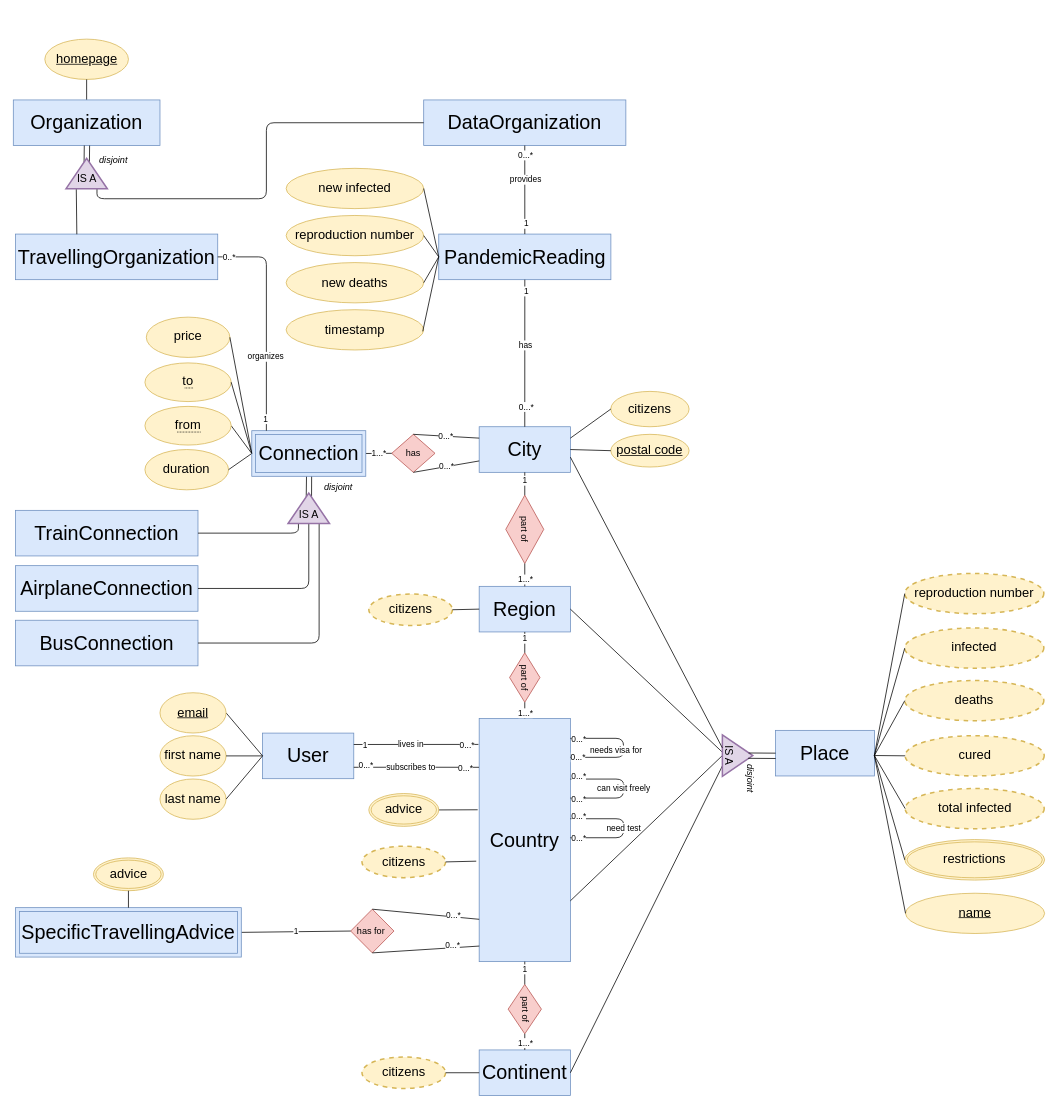
Before: documentation/OISdiagram.drawio in wulfdewolf/OpenInformationSystemsGroup1, a draw.io diagram. Source tidied: cells renumbered, new cells numbered last; positions are measured from the earlier drawing's top-left corner, leaving out a move shared by most shapes. Both pictures are drawn from the tidied source at 76%, with x=0, y=0 at pixel (13, 39).
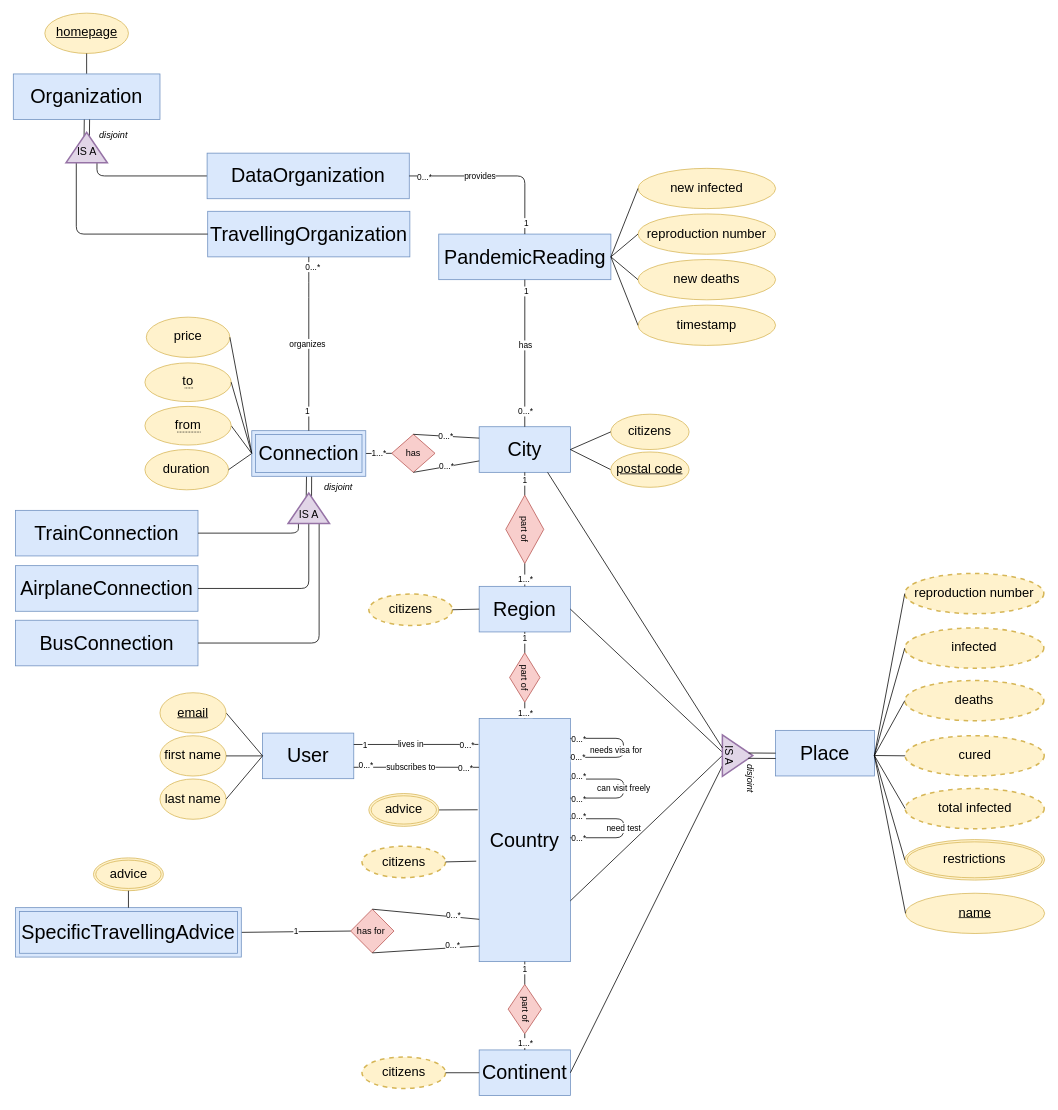
Above is the later version.

Unchanged cells that the change refers to:
```xml
<mxCell id="6" value="&lt;font style=&quot;font-size: 26px&quot;&gt;City&lt;/font&gt;" style="rounded=0;whiteSpace=wrap;html=1;fillColor=#dae8fc;strokeColor=#6c8ebf;" parent="1" vertex="1">
  <mxGeometry x="613" y="510" width="120" height="60" as="geometry" />
</mxCell>
<mxCell id="71" value="&lt;font style=&quot;font-size: 26px&quot;&gt;PandemicReading&lt;/font&gt;" style="rounded=0;whiteSpace=wrap;html=1;fillColor=#dae8fc;strokeColor=#6c8ebf;" parent="1" vertex="1">
  <mxGeometry x="559.8" y="256.5" width="226.5" height="60" as="geometry" />
</mxCell>
<mxCell id="74" value="&lt;span style=&quot;font-size: 26px&quot;&gt;Connection&lt;/span&gt;" style="shape=ext;margin=3;double=1;whiteSpace=wrap;html=1;align=center;fillColor=#dae8fc;strokeColor=#6c8ebf;" parent="1" vertex="1">
  <mxGeometry x="313.8" y="515.2" width="150" height="60" as="geometry" />
</mxCell>
<mxCell id="76" value="has" style="endArrow=none;html=1;entryX=0.5;entryY=0;entryDx=0;entryDy=0;exitX=0.5;exitY=1;exitDx=0;exitDy=0;" parent="1" edge="1" source="71" target="6">
  <mxGeometry x="-0.11" y="1" relative="1" as="geometry" />
</mxCell>
<mxCell id="87" value="&lt;font style=&quot;font-size: 14px&quot;&gt;IS A&lt;/font&gt;" style="text;html=1;strokeColor=none;fillColor=none;align=center;verticalAlign=middle;whiteSpace=wrap;rounded=0;rotation=90;" parent="1" vertex="1">
  <mxGeometry x="923" y="932.6" width="40" height="20" as="geometry" />
</mxCell>
```

What changed in the source:
```diff
@@
+    <mxCell id="128" style="endArrow=none;html=1;exitX=0;exitY=0.75;exitDx=0;exitDy=0;entryX=0;entryY=0.5;entryDx=0;entryDy=0;edgeStyle=orthogonalEdgeStyle;" parent="1" edge="1" source="135" target="94">
+      <mxGeometry relative="1" as="geometry" />
+    </mxCell>
@@
     <mxCell id="16" value="&lt;span style=&quot;font-size: 17px&quot;&gt;&lt;u&gt;homepage&lt;/u&gt;&lt;/span&gt;" style="ellipse;whiteSpace=wrap;html=1;fillColor=#fff2cc;strokeColor=#d6b656;" parent="1" vertex="1">
-      <mxGeometry x="41.5" width="110" height="53" as="geometry" />
+      <mxGeometry x="41.5" y="-34.2" width="110" height="53" as="geometry" />
     </mxCell>
@@
     <mxCell id="78" value="0...*" style="edgeLabel;html=1;align=center;verticalAlign=middle;" parent="76" vertex="1">
-      <mxGeometry x="0.73" y="1" relative="1" as="geometry" />
+      <mxGeometry x="0.73" y="1" relative="1" as="geometry">
+        <mxPoint x="-1" y="5.5" as="offset" />
+      </mxGeometry>
     </mxCell>
     <mxCell id="79" value="&lt;span style=&quot;font-size: 26px&quot;&gt;TravellingOrganization&lt;/span&gt;" style="rounded=0;whiteSpace=wrap;html=1;fillColor=#dae8fc;strokeColor=#6c8ebf;" parent="1" vertex="1">
-      <mxGeometry x="3" y="256.5" width="266" height="60" as="geometry" />
+      <mxGeometry x="255.8" y="226.5" width="266" height="60" as="geometry" />
     </mxCell>
     <mxCell id="80" value="&lt;span style=&quot;font-size: 26px&quot;&gt;Organization&lt;/span&gt;" style="rounded=0;whiteSpace=wrap;html=1;fillColor=#dae8fc;strokeColor=#6c8ebf;" parent="1" vertex="1">
-      <mxGeometry y="80" width="193" height="60" as="geometry" />
+      <mxGeometry y="45.8" width="193" height="60" as="geometry" />
     </mxCell>
     <mxCell id="81" value="&lt;i&gt;disjoint&lt;/i&gt;" style="text;html=1;strokeColor=none;fillColor=none;align=center;verticalAlign=middle;whiteSpace=wrap;rounded=0;" parent="1" vertex="1">
-      <mxGeometry x="111.5" y="150" width="40" height="20" as="geometry" />
+      <mxGeometry x="111.5" y="115.8" width="40" height="20" as="geometry" />
     </mxCell>
     <mxCell id="82" style="endArrow=none;html=1;entryX=0.52;entryY=1.005;entryDx=0;entryDy=0;entryPerimeter=0;exitX=0.846;exitY=0.567;exitDx=0;exitDy=0;exitPerimeter=0;" parent="1" edge="1" source="135">
       <mxGeometry relative="1" as="geometry">
-        <mxPoint x="100.4" y="140" as="targetPoint" />
+        <mxPoint x="100.4" y="105.8" as="targetPoint" />
       </mxGeometry>
     </mxCell>
     <mxCell id="83" style="endArrow=none;html=1;exitX=0.861;exitY=0.438;exitDx=0;exitDy=0;exitPerimeter=0;entryX=0.484;entryY=1.005;entryDx=0;entryDy=0;entryPerimeter=0;" parent="1" edge="1" source="135">
       <mxGeometry relative="1" as="geometry">
-        <mxPoint x="93.4" y="140" as="targetPoint" />
+        <mxPoint x="93.4" y="105.8" as="targetPoint" />
       </mxGeometry>
     </mxCell>
-    <mxCell id="84" style="endArrow=none;html=1;exitX=0;exitY=0.25;exitDx=0;exitDy=0;entryX=0.303;entryY=0.004;entryDx=0;entryDy=0;entryPerimeter=0;" parent="1" edge="1" source="135" target="79">
+    <mxCell id="84" style="endArrow=none;html=1;exitX=0;exitY=0.25;exitDx=0;exitDy=0;entryX=0;entryY=0.5;entryDx=0;entryDy=0;edgeStyle=orthogonalEdgeStyle;" parent="1" edge="1" source="135" target="79">
       <mxGeometry relative="1" as="geometry" />
     </mxCell>
@@
     <mxCell id="94" value="&lt;span style=&quot;font-size: 26px&quot;&gt;DataOrganization&lt;/span&gt;" style="rounded=0;whiteSpace=wrap;html=1;fillColor=#dae8fc;strokeColor=#6c8ebf;" parent="1" vertex="1">
-      <mxGeometry x="540" y="80" width="266" height="60" as="geometry" />
+      <mxGeometry x="255" y="150" width="266" height="60" as="geometry" />
     </mxCell>
-    <mxCell id="95" style="endArrow=none;html=1;entryX=0.5;entryY=1;entryDx=0;entryDy=0;exitX=0.5;exitY=0;exitDx=0;exitDy=0;" parent="1" edge="1" source="71" target="94">
+    <mxCell id="95" style="endArrow=none;html=1;entryX=1;entryY=0.5;entryDx=0;entryDy=0;exitX=0.5;exitY=0;exitDx=0;exitDy=0;edgeStyle=orthogonalEdgeStyle;" parent="1" edge="1" source="71" target="94">
       <mxGeometry relative="1" as="geometry" />
     </mxCell>
     <mxCell id="96" value="provides" style="edgeLabel;html=1;align=center;verticalAlign=middle;" parent="95" vertex="1">
       <mxGeometry x="0.76" relative="1" as="geometry">
-        <mxPoint y="30.5" as="offset" />
+        <mxPoint x="64.5" as="offset" />
       </mxGeometry>
     </mxCell>
@@
     <mxCell id="98" value="1" style="edgeLabel;html=1;align=center;verticalAlign=middle;" parent="95" vertex="1">
-      <mxGeometry x="-0.76" y="-1" relative="1" as="geometry" />
+      <mxGeometry x="-0.76" y="-1" relative="1" as="geometry">
+        <mxPoint y="11.5" as="offset" />
+      </mxGeometry>
     </mxCell>
     <mxCell id="99" value="&lt;font style=&quot;font-size: 17px&quot;&gt;reproduction number&lt;/font&gt;" style="ellipse;whiteSpace=wrap;html=1;fillColor=#fff2cc;strokeColor=#d6b656;" parent="1" vertex="1">
-      <mxGeometry x="359" y="232" width="181" height="53" as="geometry" />
+      <mxGeometry x="822" y="230" width="181" height="53" as="geometry" />
     </mxCell>
@@
     <mxCell id="118" value="&lt;span style=&quot;font-size: 17px&quot;&gt;citizens&lt;/span&gt;" style="ellipse;whiteSpace=wrap;html=1;strokeWidth=1;fillColor=#fff2cc;strokeColor=#d6b656;" parent="1" vertex="1">
-      <mxGeometry x="786.2" y="463.5" width="103" height="46.5" as="geometry" />
+      <mxGeometry x="786.2" y="493.5" width="103" height="46.5" as="geometry" />
     </mxCell>
-    <mxCell id="119" value="&lt;span style=&quot;font-size: 17px&quot;&gt;&lt;u&gt;postal code&lt;/u&gt;&lt;/span&gt;" style="ellipse;whiteSpace=wrap;html=1;strokeWidth=1;fillColor=#fff2cc;strokeColor=#d6b656;" parent="1" vertex="1">
-      <mxGeometry x="786.2" y="520" width="103" height="43" as="geometry" />
-    </mxCell>
@@
     <mxCell id="121" value="&lt;font style=&quot;font-size: 17px&quot;&gt;new infected&lt;/font&gt;" style="ellipse;whiteSpace=wrap;html=1;fillColor=#fff2cc;strokeColor=#d6b656;" parent="1" vertex="1">
-      <mxGeometry x="359" y="170" width="181" height="53" as="geometry" />
+      <mxGeometry x="822" y="170" width="181" height="53" as="geometry" />
     </mxCell>
     <mxCell id="122" value="&lt;font style=&quot;font-size: 17px&quot;&gt;new deaths&lt;/font&gt;" style="ellipse;whiteSpace=wrap;html=1;fillColor=#fff2cc;strokeColor=#d6b656;" parent="1" vertex="1">
-      <mxGeometry x="359" y="294" width="181" height="53" as="geometry" />
+      <mxGeometry x="822" y="290" width="181" height="53" as="geometry" />
     </mxCell>
     <mxCell id="123" value="&lt;font style=&quot;font-size: 17px&quot;&gt;timestamp&lt;/font&gt;" style="ellipse;whiteSpace=wrap;html=1;fillColor=#fff2cc;strokeColor=#d6b656;" parent="1" vertex="1">
-      <mxGeometry x="359" y="356" width="181" height="53" as="geometry" />
+      <mxGeometry x="822" y="350" width="181" height="53" as="geometry" />
     </mxCell>
-    <mxCell id="124" style="endArrow=none;html=1;exitX=0;exitY=0.5;exitDx=0;exitDy=0;entryX=1;entryY=0.5;entryDx=0;entryDy=0;" parent="1" edge="1" source="71" target="122">
+    <mxCell id="124" style="endArrow=none;html=1;exitX=1;exitY=0.5;exitDx=0;exitDy=0;entryX=0;entryY=0.5;entryDx=0;entryDy=0;" parent="1" edge="1" source="71" target="122">
       <mxGeometry relative="1" as="geometry" />
     </mxCell>
-    <mxCell id="125" style="endArrow=none;html=1;exitX=0.993;exitY=0.538;exitDx=0;exitDy=0;exitPerimeter=0;entryX=0;entryY=0.5;entryDx=0;entryDy=0;" parent="1" edge="1" source="123" target="71">
+    <mxCell id="125" style="endArrow=none;html=1;exitX=0;exitY=0.5;exitDx=0;exitDy=0;entryX=1;entryY=0.5;entryDx=0;entryDy=0;" parent="1" edge="1" source="123" target="71">
       <mxGeometry relative="1" as="geometry" />
     </mxCell>
-    <mxCell id="126" style="endArrow=none;html=1;exitX=0;exitY=0.5;exitDx=0;exitDy=0;entryX=1;entryY=0.5;entryDx=0;entryDy=0;" parent="1" edge="1" source="71" target="99">
+    <mxCell id="126" style="endArrow=none;html=1;exitX=1;exitY=0.5;exitDx=0;exitDy=0;entryX=0;entryY=0.5;entryDx=0;entryDy=0;" parent="1" edge="1" source="71" target="99">
       <mxGeometry relative="1" as="geometry" />
     </mxCell>
-    <mxCell id="127" style="endArrow=none;html=1;exitX=0;exitY=0.5;exitDx=0;exitDy=0;entryX=1;entryY=0.5;entryDx=0;entryDy=0;" parent="1" edge="1" source="71" target="121">
+    <mxCell id="127" style="endArrow=none;html=1;exitX=1;exitY=0.5;exitDx=0;exitDy=0;entryX=0;entryY=0.5;entryDx=0;entryDy=0;" parent="1" edge="1" source="71" target="121">
       <mxGeometry relative="1" as="geometry" />
     </mxCell>
-    <mxCell id="128" style="endArrow=none;html=1;exitX=0;exitY=0.75;exitDx=0;exitDy=0;entryX=0;entryY=0.5;entryDx=0;entryDy=0;edgeStyle=orthogonalEdgeStyle;" parent="1" edge="1" source="135" target="94">
-      <mxGeometry relative="1" as="geometry">
-        <Array as="points">
-          <mxPoint x="110" y="210" />
-          <mxPoint x="333" y="210" />
-          <mxPoint x="333" y="110" />
-        </Array>
-      </mxGeometry>
-    </mxCell>
@@
-    <mxCell id="131" style="endArrow=none;html=1;exitX=1;exitY=0.5;exitDx=0;exitDy=0;entryX=0.128;entryY=0;entryDx=0;entryDy=0;edgeStyle=orthogonalEdgeStyle;entryPerimeter=0;" parent="1" edge="1" source="79" target="74">
+    <mxCell id="131" style="endArrow=none;html=1;exitX=0.5;exitY=1;exitDx=0;exitDy=0;entryX=0.5;entryY=0;entryDx=0;entryDy=0;edgeStyle=orthogonalEdgeStyle;" parent="1" edge="1" source="79" target="74">
       <mxGeometry relative="1" as="geometry">
         <Array as="points">
-          <mxPoint x="333" y="287" />
+          <mxPoint x="389" y="330" />
+          <mxPoint x="389" y="330" />
         </Array>
       </mxGeometry>
     </mxCell>
-    <mxCell id="132" value="0..*" style="edgeLabel;html=1;align=center;verticalAlign=middle;" parent="131" vertex="1">
+    <mxCell id="132" value="0...*" style="edgeLabel;html=1;align=center;verticalAlign=middle;" parent="131" vertex="1">
       <mxGeometry x="-0.93" relative="1" as="geometry">
-        <mxPoint x="4.3" as="offset" />
+        <mxPoint x="4.2" y="4.9" as="offset" />
       </mxGeometry>
     </mxCell>
     <mxCell id="133" value="1" style="edgeLabel;html=1;align=center;verticalAlign=middle;" parent="131" vertex="1">
       <mxGeometry x="0.83" y="-2" relative="1" as="geometry">
-        <mxPoint y="8.9" as="offset" />
+        <mxPoint y="-6.1" as="offset" />
       </mxGeometry>
     </mxCell>
     <mxCell id="134" value="organizes" style="edgeLabel;html=1;align=center;verticalAlign=middle;" parent="131" vertex="1">
       <mxGeometry x="0.42" y="-2" relative="1" as="geometry">
-        <mxPoint y="-13" as="offset" />
+        <mxPoint y="-48.4" as="offset" />
       </mxGeometry>
     </mxCell>
     <mxCell id="135" style="triangle;whiteSpace=wrap;html=1;strokeWidth=2;rotation=-90;fillColor=#e1d5e7;strokeColor=#9673a6;" parent="1" vertex="1">
-      <mxGeometry x="76.5" y="149.7" width="40" height="54.5" as="geometry" />
+      <mxGeometry x="76.5" y="115.5" width="40" height="54.5" as="geometry" />
     </mxCell>
     <mxCell id="136" value="&lt;font style=&quot;font-size: 14px&quot;&gt;IS A&lt;/font&gt;" style="text;html=1;strokeColor=none;fillColor=none;align=center;verticalAlign=middle;whiteSpace=wrap;rounded=0;" parent="1" vertex="1">
-      <mxGeometry x="76.5" y="172.6" width="40" height="20" as="geometry" />
+      <mxGeometry x="76.5" y="138.4" width="40" height="20" as="geometry" />
     </mxCell>
-    <mxCell id="137" style="endArrow=none;html=1;entryX=0.25;entryY=1;entryDx=0;entryDy=0;" parent="1" edge="1" target="87">
-      <mxGeometry relative="1" as="geometry">
-        <mxPoint x="733" y="550" as="sourcePoint" />
-      </mxGeometry>
+    <mxCell id="137" style="endArrow=none;html=1;entryX=0.25;entryY=1;entryDx=0;entryDy=0;exitX=0.75;exitY=1;exitDx=0;exitDy=0;" parent="1" edge="1" source="6" target="87">
+      <mxGeometry relative="1" as="geometry" />
     </mxCell>
-    <mxCell id="138" style="endArrow=none;html=1;exitX=1;exitY=0.25;exitDx=0;exitDy=0;entryX=0;entryY=0.5;entryDx=0;entryDy=0;" parent="1" edge="1" source="6" target="118">
+    <mxCell id="138" style="endArrow=none;html=1;exitX=1;exitY=0.5;exitDx=0;exitDy=0;entryX=0;entryY=0.5;entryDx=0;entryDy=0;" parent="1" edge="1" source="6" target="118">
       <mxGeometry relative="1" as="geometry" />
     </mxCell>
@@
+    <mxCell id="119" value="&lt;span style=&quot;font-size: 17px&quot;&gt;&lt;u&gt;postal code&lt;/u&gt;&lt;/span&gt;" style="ellipse;whiteSpace=wrap;html=1;strokeWidth=1;fillColor=#fff2cc;strokeColor=#d6b656;" parent="1" vertex="1">
+      <mxGeometry x="786.2" y="543.2" width="103" height="46.5" as="geometry" />
+    </mxCell>
```
